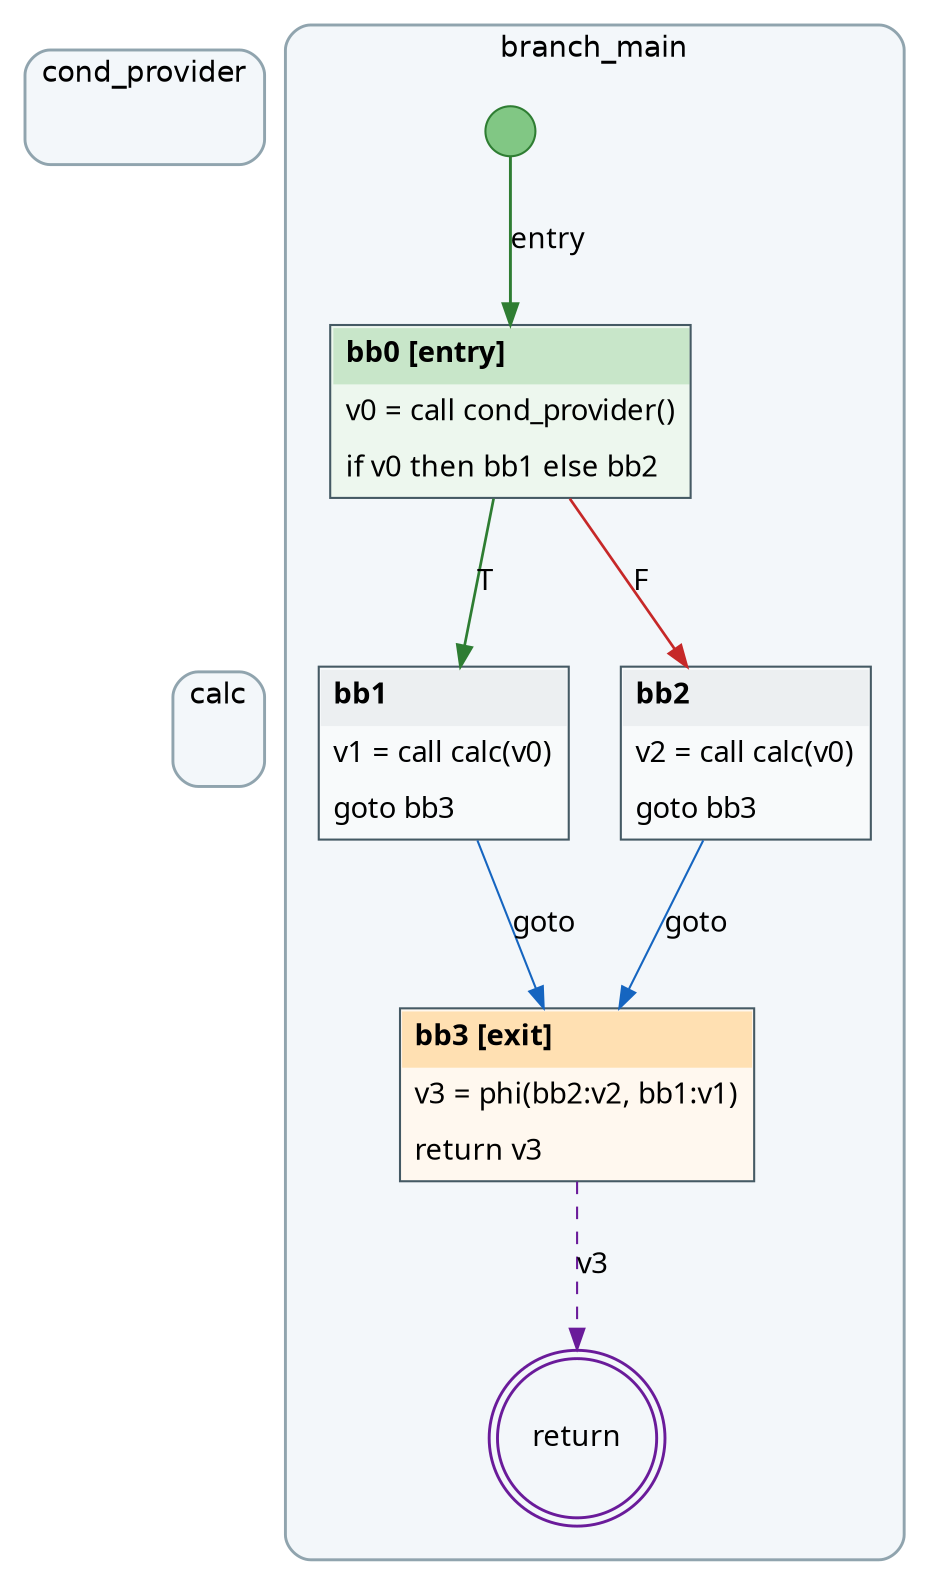
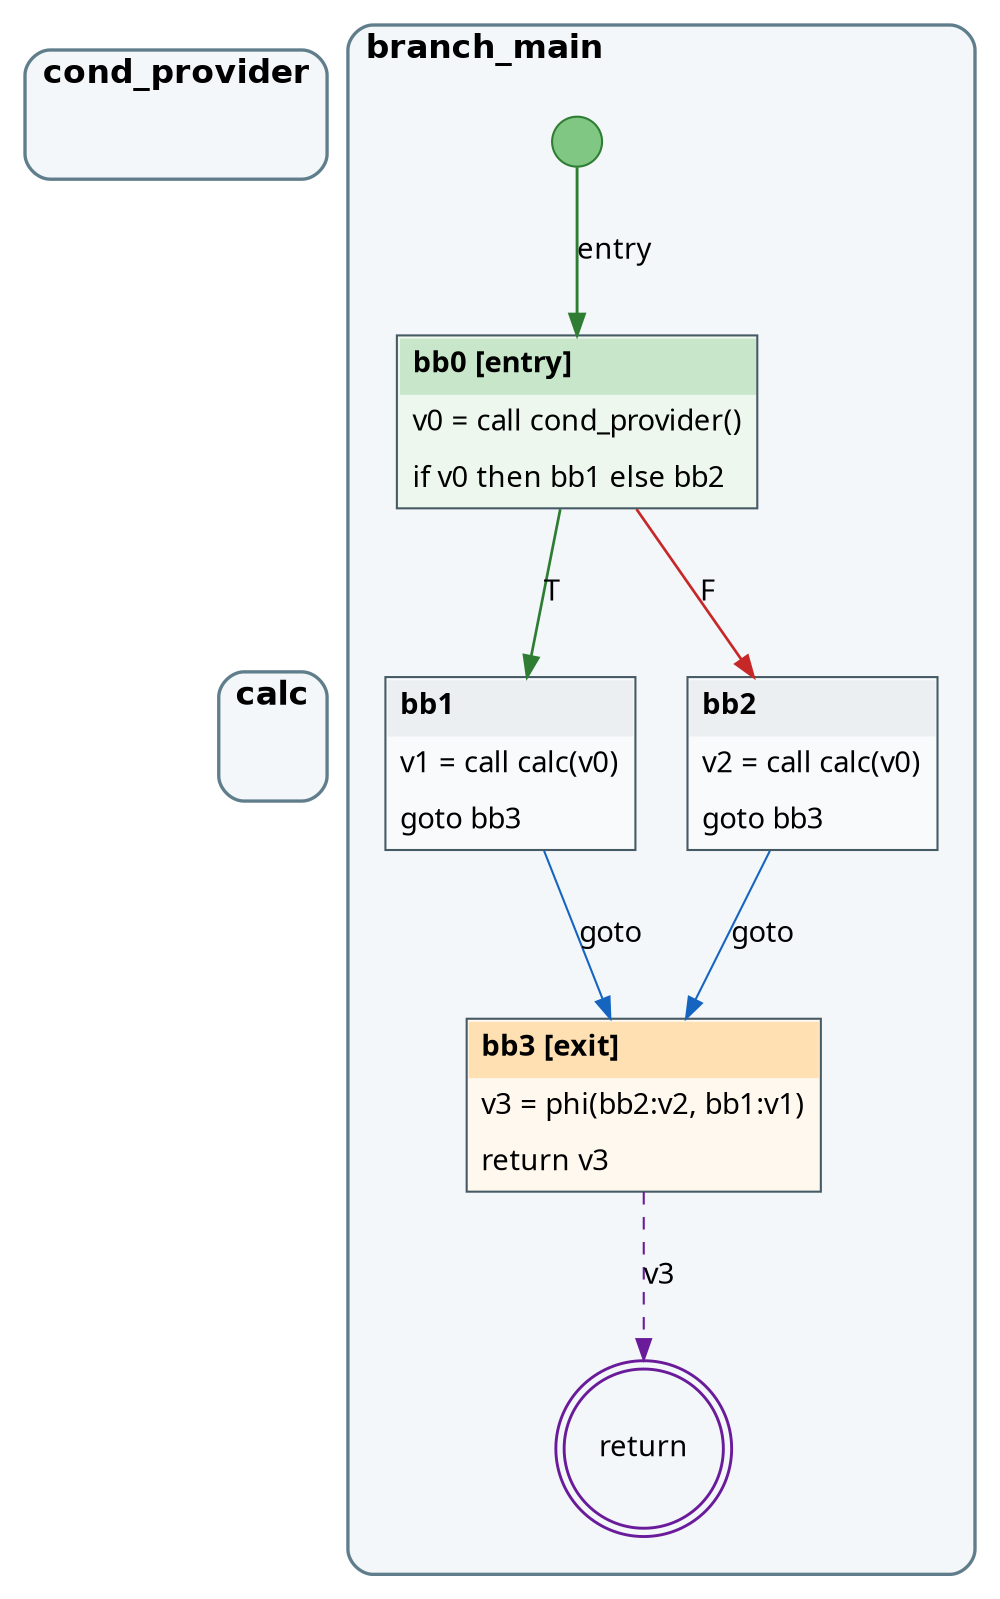
digraph SSA {
  rankdir=TB;
  newrank=true;
  ranksep=0.9;
  nodesep=0.35;
  splines=true;
  fontname="Helvetica";
  node [fontname="Menlo"];
  edge [fontname="Menlo"];
  subgraph cluster_f0 {
-     color="#90a4ae"; style="rounded,filled"; fillcolor="#f3f7fa"; penwidth=1.4;
-     margin=16;
-     labelloc=t; label="cond_provider";
+     color="#607d8b"; pencolor="#607d8b"; style=rounded; bgcolor="#f3f7fa"; penwidth=1.6;
+     margin=18;
+     labelloc=t; labeljust=l;
+     label=<<TABLE BORDER="0" CELLBORDER="0" CELLSPACING="0" CELLPADDING="0"><TR><TD ALIGN="LEFT"><FONT FACE="Helvetica" POINT-SIZE="16"><B>cond_provider</B></FONT></TD></TR></TABLE>>;
    f0_order [shape=point, style=invis, width=0, height=0, label=""];
  }
  subgraph cluster_f1 {
-     color="#90a4ae"; style="rounded,filled"; fillcolor="#f3f7fa"; penwidth=1.4;
-     margin=16;
-     labelloc=t; label="calc";
+     color="#607d8b"; pencolor="#607d8b"; style=rounded; bgcolor="#f3f7fa"; penwidth=1.6;
+     margin=18;
+     labelloc=t; labeljust=l;
+     label=<<TABLE BORDER="0" CELLBORDER="0" CELLSPACING="0" CELLPADDING="0"><TR><TD ALIGN="LEFT"><FONT FACE="Helvetica" POINT-SIZE="16"><B>calc</B></FONT></TD></TR></TABLE>>;
    f1_order [shape=point, style=invis, width=0, height=0, label=""];
  }
  subgraph cluster_f2 {
-     color="#90a4ae"; style="rounded,filled"; fillcolor="#f3f7fa"; penwidth=1.4;
-     margin=16;
-     labelloc=t; label="branch_main";
+     color="#607d8b"; pencolor="#607d8b"; style=rounded; bgcolor="#f3f7fa"; penwidth=1.6;
+     margin=18;
+     labelloc=t; labeljust=l;
+     label=<<TABLE BORDER="0" CELLBORDER="0" CELLSPACING="0" CELLPADDING="0"><TR><TD ALIGN="LEFT"><FONT FACE="Helvetica" POINT-SIZE="16"><B>branch_main</B></FONT></TD></TR></TABLE>>;
    f2_order [shape=point, style=invis, width=0, height=0, label=""];
    f2_entry [shape=circle, fixedsize=true, width=0.34, label="", style=filled, fillcolor="#81c784", color="#2e7d32"];
    f2_bb0 [shape=plain, margin=0, label=<
      <TABLE BORDER="1" CELLBORDER="0" CELLSPACING="0" CELLPADDING="6" COLOR="#455a64" BGCOLOR="#edf7ee">
        <TR><TD ALIGN="LEFT" BGCOLOR="#c8e6c9"><B>bb0 [entry]</B></TD></TR>
        <TR><TD ALIGN="LEFT"><FONT FACE="Menlo">v0 = call cond_provider()</FONT></TD></TR>
        <TR><TD ALIGN="LEFT"><FONT FACE="Menlo">if v0 then bb1 else bb2</FONT></TD></TR>
      </TABLE>
    >];
    f2_bb1 [shape=plain, margin=0, label=<
      <TABLE BORDER="1" CELLBORDER="0" CELLSPACING="0" CELLPADDING="6" COLOR="#455a64" BGCOLOR="#f8fafb">
        <TR><TD ALIGN="LEFT" BGCOLOR="#eceff1"><B>bb1</B></TD></TR>
        <TR><TD ALIGN="LEFT"><FONT FACE="Menlo">v1 = call calc(v0)</FONT></TD></TR>
        <TR><TD ALIGN="LEFT"><FONT FACE="Menlo">goto bb3</FONT></TD></TR>
      </TABLE>
    >];
    f2_bb2 [shape=plain, margin=0, label=<
      <TABLE BORDER="1" CELLBORDER="0" CELLSPACING="0" CELLPADDING="6" COLOR="#455a64" BGCOLOR="#f8fafb">
        <TR><TD ALIGN="LEFT" BGCOLOR="#eceff1"><B>bb2</B></TD></TR>
        <TR><TD ALIGN="LEFT"><FONT FACE="Menlo">v2 = call calc(v0)</FONT></TD></TR>
        <TR><TD ALIGN="LEFT"><FONT FACE="Menlo">goto bb3</FONT></TD></TR>
      </TABLE>
    >];
    f2_bb3 [shape=plain, margin=0, label=<
      <TABLE BORDER="1" CELLBORDER="0" CELLSPACING="0" CELLPADDING="6" COLOR="#455a64" BGCOLOR="#fff8ef">
        <TR><TD ALIGN="LEFT" BGCOLOR="#ffe0b2"><B>bb3 [exit]</B></TD></TR>
        <TR><TD ALIGN="LEFT"><FONT FACE="Menlo">v3 = phi(bb2:v2, bb1:v1)</FONT></TD></TR>
        <TR><TD ALIGN="LEFT"><FONT FACE="Menlo">return v3</FONT></TD></TR>
      </TABLE>
    >];
    f2_entry -> f2_bb0 [label="entry", color="#2e7d32", penwidth=1.4];
    f2_bb0 -> f2_bb1 [label="T", color="#2e7d32", penwidth=1.3];
    f2_bb0 -> f2_bb2 [label="F", color="#c62828", penwidth=1.3];
    f2_bb1 -> f2_bb3 [label="goto", color="#1565c0"];
    f2_bb2 -> f2_bb3 [label="goto", color="#1565c0"];
    f2_ret [shape=doublecircle, label="return", color="#6a1b9a", penwidth=1.4];
    f2_bb3 -> f2_ret [style=dashed, color="#6a1b9a", label="v3"];
  }
  f0_order -> f1_order [style=invis, weight=200, minlen=2];
  f1_order -> f2_order [style=invis, weight=200, minlen=2];
}
